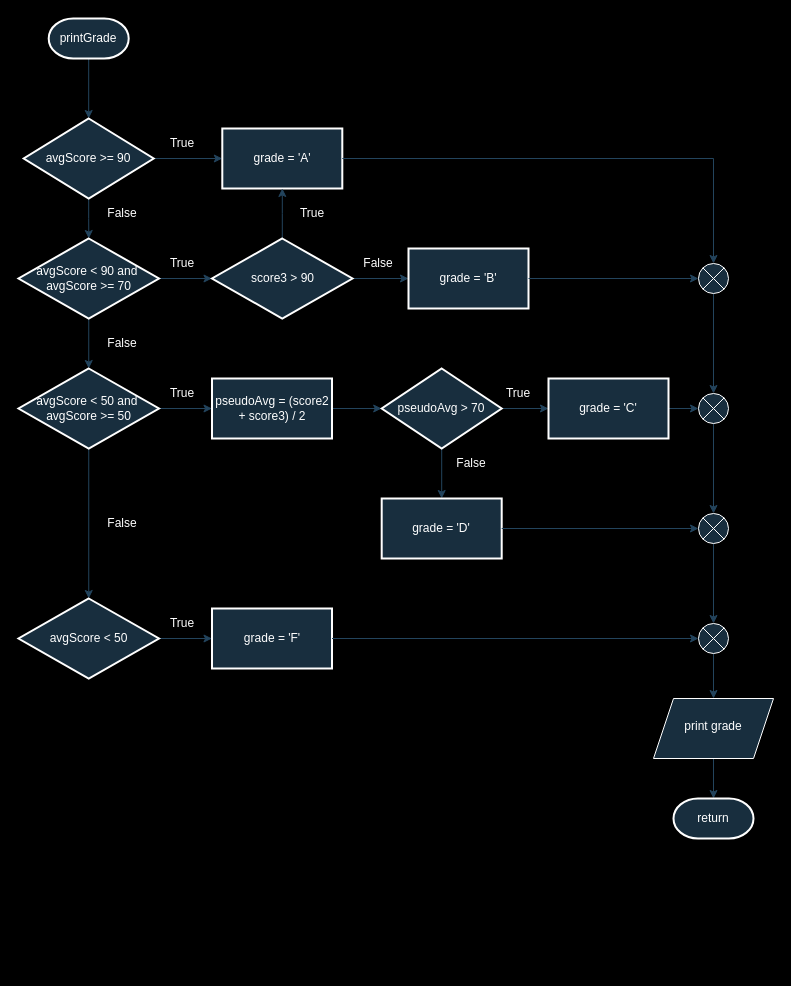
Jebbxrs/c_proj keeps this draw.io diagram as page "Page-2" (2 of 2) of score_avg.drawio. Above is the earlier version. Source tidied: cells renumbered, new cells numbered last; positions are measured from the earlier drawing's top-left corner, leaving out a move shared by most shapes. Both pictures are drawn from the tidied source at 100%, with x=0, y=0 at pixel (18, 18).
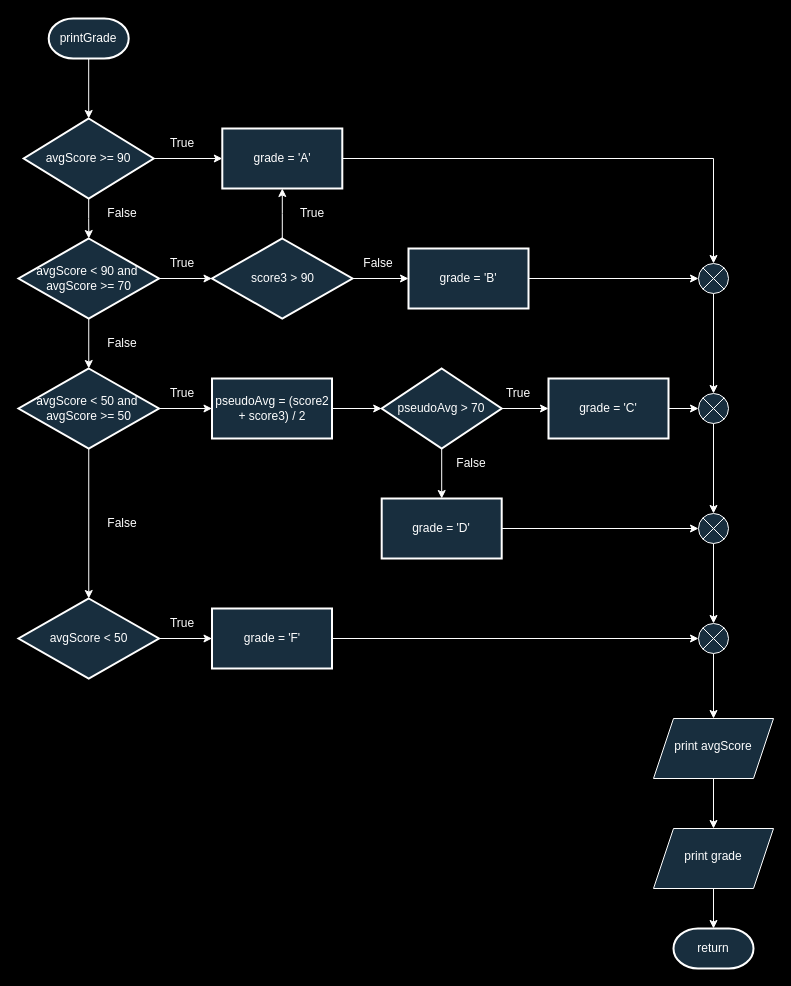
The same page after the edit.

Unchanged cells that the change refers to:
```xml
<mxCell id="3" value="printGrade" style="strokeWidth=2;html=1;shape=mxgraph.flowchart.terminator;whiteSpace=wrap;labelBackgroundColor=none;fillColor=#182E3E;strokeColor=#FFFFFF;fontColor=#FFFFFF;" parent="1" vertex="1">
  <mxGeometry x="30.2" width="80" height="40" as="geometry" />
</mxCell>
<mxCell id="6" value="avgScore &amp;gt;= 90" style="rhombus;whiteSpace=wrap;html=1;strokeWidth=2;labelBackgroundColor=none;fillColor=#182E3E;strokeColor=#FFFFFF;fontColor=#FFFFFF;" parent="1" vertex="1">
  <mxGeometry x="5.2" y="100" width="130" height="80" as="geometry" />
</mxCell>
<mxCell id="7" value="grade = 'A'" style="whiteSpace=wrap;html=1;strokeWidth=2;labelBackgroundColor=none;fillColor=#182E3E;strokeColor=#FFFFFF;fontColor=#FFFFFF;" parent="1" vertex="1">
  <mxGeometry x="203.8" y="110" width="120" height="60" as="geometry" />
</mxCell>
<mxCell id="10" value="avgScore &amp;lt; 90 and&amp;nbsp;&lt;br&gt;avgScore &amp;gt;= 70" style="rhombus;whiteSpace=wrap;html=1;strokeWidth=2;labelBackgroundColor=none;fillColor=#182E3E;strokeColor=#FFFFFF;fontColor=#FFFFFF;" parent="1" vertex="1">
  <mxGeometry y="220" width="140.5" height="80" as="geometry" />
</mxCell>
<mxCell id="13" value="score3 &amp;gt; 90" style="rhombus;whiteSpace=wrap;html=1;strokeWidth=2;labelBackgroundColor=none;fillColor=#182E3E;strokeColor=#FFFFFF;fontColor=#FFFFFF;" parent="1" vertex="1">
  <mxGeometry x="193.5" y="220" width="140.5" height="80" as="geometry" />
</mxCell>
<mxCell id="14" value="grade = 'B'" style="whiteSpace=wrap;html=1;strokeWidth=2;labelBackgroundColor=none;fillColor=#182E3E;strokeColor=#FFFFFF;fontColor=#FFFFFF;" parent="1" vertex="1">
  <mxGeometry x="390" y="230" width="120" height="60" as="geometry" />
</mxCell>
<mxCell id="17" value="avgScore &amp;lt; 50 and&amp;nbsp;&lt;br&gt;avgScore &amp;gt;= 50" style="rhombus;whiteSpace=wrap;html=1;strokeWidth=2;labelBackgroundColor=none;fillColor=#182E3E;strokeColor=#FFFFFF;fontColor=#FFFFFF;" parent="1" vertex="1">
  <mxGeometry y="350" width="140.5" height="80" as="geometry" />
</mxCell>
<mxCell id="19" value="pseudoAvg = (score2 + score3) / 2" style="whiteSpace=wrap;html=1;strokeWidth=2;labelBackgroundColor=none;fillColor=#182E3E;strokeColor=#FFFFFF;fontColor=#FFFFFF;" parent="1" vertex="1">
  <mxGeometry x="193.5" y="360" width="120" height="60" as="geometry" />
</mxCell>
<mxCell id="22" value="pseudoAvg &amp;gt; 70" style="rhombus;whiteSpace=wrap;html=1;strokeWidth=2;labelBackgroundColor=none;fillColor=#182E3E;strokeColor=#FFFFFF;fontColor=#FFFFFF;" parent="1" vertex="1">
  <mxGeometry x="363.2" y="350" width="120" height="80" as="geometry" />
</mxCell>
<mxCell id="24" value="grade = 'C'" style="whiteSpace=wrap;html=1;strokeWidth=2;labelBackgroundColor=none;fillColor=#182E3E;strokeColor=#FFFFFF;fontColor=#FFFFFF;" parent="1" vertex="1">
  <mxGeometry x="530" y="360" width="120" height="60" as="geometry" />
</mxCell>
<mxCell id="25" value="grade = 'D'" style="whiteSpace=wrap;html=1;strokeWidth=2;labelBackgroundColor=none;fillColor=#182E3E;strokeColor=#FFFFFF;fontColor=#FFFFFF;" parent="1" vertex="1">
  <mxGeometry x="363.2" y="480" width="120" height="60" as="geometry" />
</mxCell>
<mxCell id="27" value="avgScore &amp;lt; 50" style="rhombus;whiteSpace=wrap;html=1;strokeWidth=2;labelBackgroundColor=none;fillColor=#182E3E;strokeColor=#FFFFFF;fontColor=#FFFFFF;" parent="1" vertex="1">
  <mxGeometry y="580" width="140.5" height="80" as="geometry" />
</mxCell>
<mxCell id="28" value="grade = 'F'" style="whiteSpace=wrap;html=1;strokeWidth=2;labelBackgroundColor=none;fillColor=#182E3E;strokeColor=#FFFFFF;fontColor=#FFFFFF;" parent="1" vertex="1">
  <mxGeometry x="193.5" y="590" width="120" height="60" as="geometry" />
</mxCell>
<mxCell id="35" style="verticalLabelPosition=bottom;verticalAlign=top;html=1;shape=mxgraph.flowchart.or;labelBackgroundColor=none;fillColor=#182E3E;strokeColor=#FFFFFF;fontColor=#FFFFFF;" parent="1" vertex="1">
  <mxGeometry x="680" y="605" width="30" height="30" as="geometry" />
</mxCell>
<mxCell id="37" style="verticalLabelPosition=bottom;verticalAlign=top;html=1;shape=mxgraph.flowchart.or;labelBackgroundColor=none;fillColor=#182E3E;strokeColor=#FFFFFF;fontColor=#FFFFFF;" parent="1" vertex="1">
  <mxGeometry x="680" y="495" width="30" height="30" as="geometry" />
</mxCell>
<mxCell id="39" style="verticalLabelPosition=bottom;verticalAlign=top;html=1;shape=mxgraph.flowchart.or;labelBackgroundColor=none;fillColor=#182E3E;strokeColor=#FFFFFF;fontColor=#FFFFFF;" parent="1" vertex="1">
  <mxGeometry x="680" y="375" width="30" height="30" as="geometry" />
</mxCell>
<mxCell id="42" style="verticalLabelPosition=bottom;verticalAlign=top;html=1;shape=mxgraph.flowchart.or;labelBackgroundColor=none;fillColor=#182E3E;strokeColor=#FFFFFF;fontColor=#FFFFFF;" parent="1" vertex="1">
  <mxGeometry x="680" y="245" width="30" height="30" as="geometry" />
</mxCell>
```

The edit, as a diff of the source:
```diff
@@
-    <mxCell id="2" style="edgeStyle=orthogonalEdgeStyle;rounded=0;jettySize=auto;html=1;labelBackgroundColor=none;strokeColor=#23445D;fontColor=default;" parent="1" edge="1" source="3" target="6">
+    <mxCell id="2" style="edgeStyle=orthogonalEdgeStyle;rounded=0;jettySize=auto;html=1;labelBackgroundColor=none;strokeColor=#FFFFFF;fontColor=default;" parent="1" edge="1" source="3" target="6">
       <mxGeometry relative="1" as="geometry" />
     </mxCell>
@@
-    <mxCell id="4" style="edgeStyle=orthogonalEdgeStyle;rounded=0;jettySize=auto;html=1;labelBackgroundColor=none;strokeColor=#23445D;fontColor=default;" parent="1" edge="1" source="6" target="7">
+    <mxCell id="4" style="edgeStyle=orthogonalEdgeStyle;rounded=0;jettySize=auto;html=1;labelBackgroundColor=none;strokeColor=#FFFFFF;fontColor=default;" parent="1" edge="1" source="6" target="7">
       <mxGeometry relative="1" as="geometry" />
     </mxCell>
-    <mxCell id="5" style="edgeStyle=orthogonalEdgeStyle;rounded=0;jettySize=auto;html=1;labelBackgroundColor=none;strokeColor=#23445D;fontColor=default;" parent="1" edge="1" source="6" target="10">
+    <mxCell id="5" style="edgeStyle=orthogonalEdgeStyle;rounded=0;jettySize=auto;html=1;labelBackgroundColor=none;strokeColor=#FFFFFF;fontColor=default;" parent="1" edge="1" source="6" target="10">
       <mxGeometry relative="1" as="geometry" />
     </mxCell>
@@
-    <mxCell id="8" style="edgeStyle=orthogonalEdgeStyle;rounded=0;jettySize=auto;html=1;labelBackgroundColor=none;strokeColor=#23445D;fontColor=default;" parent="1" edge="1" source="10" target="13">
+    <mxCell id="8" style="edgeStyle=orthogonalEdgeStyle;rounded=0;jettySize=auto;html=1;labelBackgroundColor=none;strokeColor=#FFFFFF;fontColor=default;" parent="1" edge="1" source="10" target="13">
       <mxGeometry relative="1" as="geometry" />
     </mxCell>
-    <mxCell id="9" style="edgeStyle=orthogonalEdgeStyle;rounded=0;jettySize=auto;html=1;labelBackgroundColor=none;strokeColor=#23445D;fontColor=default;" parent="1" edge="1" source="10" target="17">
+    <mxCell id="9" style="edgeStyle=orthogonalEdgeStyle;rounded=0;jettySize=auto;html=1;labelBackgroundColor=none;strokeColor=#FFFFFF;fontColor=default;" parent="1" edge="1" source="10" target="17">
       <mxGeometry relative="1" as="geometry" />
     </mxCell>
@@
-    <mxCell id="11" style="edgeStyle=orthogonalEdgeStyle;rounded=0;jettySize=auto;html=1;labelBackgroundColor=none;strokeColor=#23445D;fontColor=default;" parent="1" edge="1" source="13" target="14">
+    <mxCell id="11" style="edgeStyle=orthogonalEdgeStyle;rounded=0;jettySize=auto;html=1;labelBackgroundColor=none;strokeColor=#FFFFFF;fontColor=default;" parent="1" edge="1" source="13" target="14">
       <mxGeometry relative="1" as="geometry" />
     </mxCell>
-    <mxCell id="12" style="edgeStyle=orthogonalEdgeStyle;rounded=0;jettySize=auto;html=1;labelBackgroundColor=none;strokeColor=#23445D;fontColor=default;" parent="1" edge="1" source="13" target="7">
+    <mxCell id="12" style="edgeStyle=orthogonalEdgeStyle;rounded=0;jettySize=auto;html=1;labelBackgroundColor=none;strokeColor=#FFFFFF;fontColor=default;" parent="1" edge="1" source="13" target="7">
       <mxGeometry relative="1" as="geometry" />
     </mxCell>
@@
-    <mxCell id="15" style="edgeStyle=orthogonalEdgeStyle;rounded=0;jettySize=auto;html=1;labelBackgroundColor=none;strokeColor=#23445D;fontColor=default;" parent="1" edge="1" source="17" target="19">
+    <mxCell id="15" style="edgeStyle=orthogonalEdgeStyle;rounded=0;jettySize=auto;html=1;labelBackgroundColor=none;strokeColor=#FFFFFF;fontColor=default;" parent="1" edge="1" source="17" target="19">
       <mxGeometry relative="1" as="geometry" />
     </mxCell>
-    <mxCell id="16" style="edgeStyle=orthogonalEdgeStyle;rounded=0;jettySize=auto;html=1;labelBackgroundColor=none;strokeColor=#23445D;fontColor=default;" parent="1" edge="1" source="17" target="27">
+    <mxCell id="16" style="edgeStyle=orthogonalEdgeStyle;rounded=0;jettySize=auto;html=1;labelBackgroundColor=none;strokeColor=#FFFFFF;fontColor=default;" parent="1" edge="1" source="17" target="27">
       <mxGeometry relative="1" as="geometry" />
     </mxCell>
@@
-    <mxCell id="18" style="edgeStyle=orthogonalEdgeStyle;rounded=0;jettySize=auto;html=1;labelBackgroundColor=none;strokeColor=#23445D;fontColor=default;" parent="1" edge="1" source="19" target="22">
+    <mxCell id="18" style="edgeStyle=orthogonalEdgeStyle;rounded=0;jettySize=auto;html=1;labelBackgroundColor=none;strokeColor=#FFFFFF;fontColor=default;" parent="1" edge="1" source="19" target="22">
       <mxGeometry relative="1" as="geometry" />
     </mxCell>
@@
-    <mxCell id="20" style="edgeStyle=orthogonalEdgeStyle;rounded=0;jettySize=auto;html=1;labelBackgroundColor=none;strokeColor=#23445D;fontColor=default;" parent="1" edge="1" source="22" target="24">
+    <mxCell id="20" style="edgeStyle=orthogonalEdgeStyle;rounded=0;jettySize=auto;html=1;labelBackgroundColor=none;strokeColor=#FFFFFF;fontColor=default;" parent="1" edge="1" source="22" target="24">
       <mxGeometry relative="1" as="geometry" />
     </mxCell>
-    <mxCell id="21" style="edgeStyle=orthogonalEdgeStyle;rounded=0;jettySize=auto;html=1;labelBackgroundColor=none;strokeColor=#23445D;fontColor=default;" parent="1" edge="1" source="22" target="25">
+    <mxCell id="21" style="edgeStyle=orthogonalEdgeStyle;rounded=0;jettySize=auto;html=1;labelBackgroundColor=none;strokeColor=#FFFFFF;fontColor=default;" parent="1" edge="1" source="22" target="25">
       <mxGeometry relative="1" as="geometry" />
     </mxCell>
@@
-    <mxCell id="23" style="edgeStyle=orthogonalEdgeStyle;rounded=0;jettySize=auto;html=1;labelBackgroundColor=none;strokeColor=#23445D;fontColor=default;" parent="1" edge="1" source="24" target="39">
+    <mxCell id="23" style="edgeStyle=orthogonalEdgeStyle;rounded=0;jettySize=auto;html=1;labelBackgroundColor=none;strokeColor=#FFFFFF;fontColor=default;" parent="1" edge="1" source="24" target="39">
       <mxGeometry relative="1" as="geometry" />
     </mxCell>
@@
-    <mxCell id="26" style="edgeStyle=orthogonalEdgeStyle;rounded=0;jettySize=auto;html=1;labelBackgroundColor=none;strokeColor=#23445D;fontColor=default;" parent="1" edge="1" source="27" target="28">
+    <mxCell id="26" style="edgeStyle=orthogonalEdgeStyle;rounded=0;jettySize=auto;html=1;labelBackgroundColor=none;strokeColor=#FFFFFF;fontColor=default;" parent="1" edge="1" source="27" target="28">
       <mxGeometry relative="1" as="geometry" />
     </mxCell>
@@
-    <mxCell id="29" style="edgeStyle=orthogonalEdgeStyle;rounded=0;jettySize=auto;html=1;entryX=0;entryY=0.5;entryDx=0;entryDy=0;entryPerimeter=0;labelBackgroundColor=none;strokeColor=#23445D;fontColor=default;" parent="1" edge="1" source="28" target="35">
+    <mxCell id="29" style="edgeStyle=orthogonalEdgeStyle;rounded=0;jettySize=auto;html=1;entryX=0;entryY=0.5;entryDx=0;entryDy=0;entryPerimeter=0;labelBackgroundColor=none;strokeColor=#FFFFFF;fontColor=default;" parent="1" edge="1" source="28" target="35">
       <mxGeometry relative="1" as="geometry" />
     </mxCell>
-    <mxCell id="30" style="edgeStyle=orthogonalEdgeStyle;rounded=0;jettySize=auto;html=1;labelBackgroundColor=none;strokeColor=#23445D;fontColor=default;" parent="1" edge="1" source="31" target="32">
+    <mxCell id="30" style="edgeStyle=orthogonalEdgeStyle;rounded=0;jettySize=auto;html=1;labelBackgroundColor=none;strokeColor=#FFFFFF;fontColor=default;" parent="1" edge="1" source="31" target="32">
       <mxGeometry relative="1" as="geometry" />
     </mxCell>
     <mxCell id="31" value="&lt;br&gt;print grade" style="shape=parallelogram;perimeter=parallelogramPerimeter;whiteSpace=wrap;html=1;fixedSize=1;verticalAlign=top;labelBackgroundColor=none;fillColor=#182E3E;strokeColor=#FFFFFF;fontColor=#FFFFFF;" parent="1" vertex="1">
-      <mxGeometry x="635" y="680" width="120" height="60" as="geometry" />
+      <mxGeometry x="635" y="810" width="120" height="60" as="geometry" />
     </mxCell>
     <mxCell id="32" value="return" style="strokeWidth=2;html=1;shape=mxgraph.flowchart.terminator;whiteSpace=wrap;labelBackgroundColor=none;fillColor=#182E3E;strokeColor=#FFFFFF;fontColor=#FFFFFF;" parent="1" vertex="1">
-      <mxGeometry x="655" y="780" width="80" height="40" as="geometry" />
+      <mxGeometry x="655" y="910" width="80" height="40" as="geometry" />
     </mxCell>
-    <mxCell id="33" style="edgeStyle=orthogonalEdgeStyle;rounded=0;jettySize=auto;html=1;entryX=0.5;entryY=0;entryDx=0;entryDy=0;entryPerimeter=0;labelBackgroundColor=none;strokeColor=#23445D;fontColor=default;" parent="1" edge="1" source="37" target="35">
+    <mxCell id="33" style="edgeStyle=orthogonalEdgeStyle;rounded=0;jettySize=auto;html=1;entryX=0.5;entryY=0;entryDx=0;entryDy=0;entryPerimeter=0;labelBackgroundColor=none;strokeColor=#FFFFFF;fontColor=default;" parent="1" edge="1" source="37" target="35">
       <mxGeometry relative="1" as="geometry" />
     </mxCell>
-    <mxCell id="34" style="edgeStyle=orthogonalEdgeStyle;rounded=0;jettySize=auto;html=1;labelBackgroundColor=none;strokeColor=#23445D;fontColor=default;" parent="1" edge="1" source="35" target="31">
-      <mxGeometry relative="1" as="geometry" />
-    </mxCell>
+    <mxCell id="55" style="edgeStyle=orthogonalEdgeStyle;rounded=0;jettySize=auto;html=1;strokeColor=#FFFFFF;" parent="1" edge="1" source="35" target="57">
+      <mxGeometry relative="1" as="geometry" />
+    </mxCell>
@@
-    <mxCell id="36" style="edgeStyle=orthogonalEdgeStyle;rounded=0;jettySize=auto;html=1;entryX=0;entryY=0.5;entryDx=0;entryDy=0;entryPerimeter=0;labelBackgroundColor=none;strokeColor=#23445D;fontColor=default;" parent="1" edge="1" source="25" target="37">
+    <mxCell id="36" style="edgeStyle=orthogonalEdgeStyle;rounded=0;jettySize=auto;html=1;entryX=0;entryY=0.5;entryDx=0;entryDy=0;entryPerimeter=0;labelBackgroundColor=none;strokeColor=#FFFFFF;fontColor=default;" parent="1" edge="1" source="25" target="37">
       <mxGeometry relative="1" as="geometry" />
     </mxCell>
@@
-    <mxCell id="38" style="edgeStyle=orthogonalEdgeStyle;rounded=0;jettySize=auto;html=1;labelBackgroundColor=none;strokeColor=#23445D;fontColor=default;" parent="1" edge="1" source="39" target="37">
+    <mxCell id="38" style="edgeStyle=orthogonalEdgeStyle;rounded=0;jettySize=auto;html=1;labelBackgroundColor=none;strokeColor=#FFFFFF;fontColor=default;" parent="1" edge="1" source="39" target="37">
       <mxGeometry relative="1" as="geometry" />
     </mxCell>
@@
-    <mxCell id="40" style="edgeStyle=orthogonalEdgeStyle;rounded=0;jettySize=auto;html=1;entryX=0.5;entryY=0;entryDx=0;entryDy=0;entryPerimeter=0;labelBackgroundColor=none;strokeColor=#23445D;fontColor=default;" parent="1" edge="1" source="42" target="39">
+    <mxCell id="40" style="edgeStyle=orthogonalEdgeStyle;rounded=0;jettySize=auto;html=1;entryX=0.5;entryY=0;entryDx=0;entryDy=0;entryPerimeter=0;labelBackgroundColor=none;strokeColor=#FFFFFF;fontColor=default;" parent="1" edge="1" source="42" target="39">
       <mxGeometry relative="1" as="geometry" />
     </mxCell>
-    <mxCell id="41" style="edgeStyle=orthogonalEdgeStyle;rounded=0;jettySize=auto;html=1;entryX=0;entryY=0.5;entryDx=0;entryDy=0;entryPerimeter=0;labelBackgroundColor=none;strokeColor=#23445D;fontColor=default;" parent="1" edge="1" source="14" target="42">
+    <mxCell id="41" style="edgeStyle=orthogonalEdgeStyle;rounded=0;jettySize=auto;html=1;entryX=0;entryY=0.5;entryDx=0;entryDy=0;entryPerimeter=0;labelBackgroundColor=none;strokeColor=#FFFFFF;fontColor=default;" parent="1" edge="1" source="14" target="42">
       <mxGeometry relative="1" as="geometry" />
     </mxCell>
@@
-    <mxCell id="43" style="edgeStyle=orthogonalEdgeStyle;rounded=0;jettySize=auto;html=1;entryX=0.5;entryY=0;entryDx=0;entryDy=0;entryPerimeter=0;labelBackgroundColor=none;strokeColor=#23445D;fontColor=default;" parent="1" edge="1" source="7" target="42">
+    <mxCell id="43" style="edgeStyle=orthogonalEdgeStyle;rounded=0;jettySize=auto;html=1;entryX=0.5;entryY=0;entryDx=0;entryDy=0;entryPerimeter=0;labelBackgroundColor=none;strokeColor=#FFFFFF;fontColor=default;" parent="1" edge="1" source="7" target="42">
       <mxGeometry relative="1" as="geometry" />
     </mxCell>
@@
+    <mxCell id="56" style="edgeStyle=orthogonalEdgeStyle;rounded=0;jettySize=auto;html=1;strokeColor=#FFFFFF;" parent="1" edge="1" source="57" target="31">
+      <mxGeometry relative="1" as="geometry" />
+    </mxCell>
+    <mxCell id="57" value="&lt;br&gt;print avgScore" style="shape=parallelogram;perimeter=parallelogramPerimeter;whiteSpace=wrap;html=1;fixedSize=1;verticalAlign=top;labelBackgroundColor=none;fillColor=#182E3E;strokeColor=#FFFFFF;fontColor=#FFFFFF;" parent="1" vertex="1">
+      <mxGeometry x="635" y="700" width="120" height="60" as="geometry" />
+    </mxCell>
```
